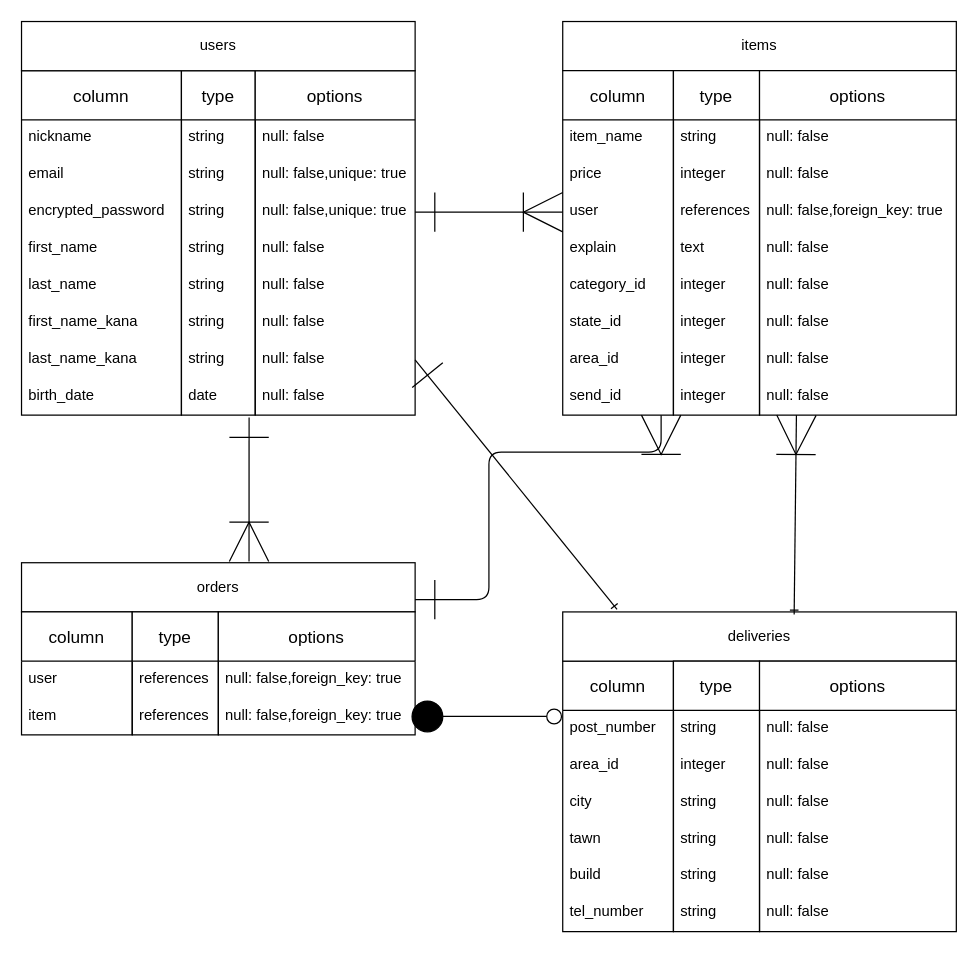
Earlier version of the draw.io diagram furima.dio (Sugi-Hi/furima-39228). Source tidied: cells renumbered, new cells numbered last; positions are measured from the earlier drawing's top-left corner, leaving out a move shared by most shapes. Both pictures are drawn from the tidied source at 123%, with x=0, y=0 at pixel (21, 21).
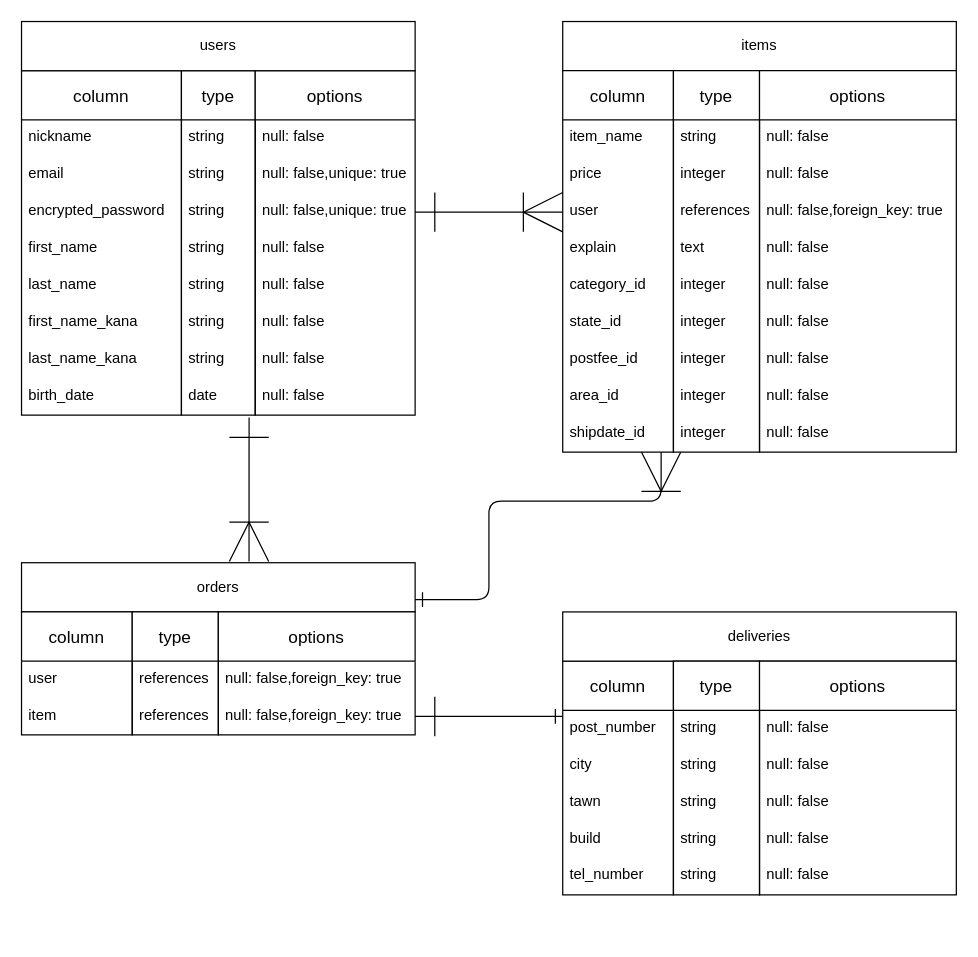
Above is the later version.

Commit message (it also covers changes not shown here):
データベース設計の3度目修正

The change refers to these unchanged cells:
```xml
<mxCell id="27" value="null: false" style="text;strokeColor=none;fillColor=none;spacingLeft=4;spacingRight=4;overflow=hidden;points=[[0,0.5],[1,0.5]];portConstraint=eastwest;fontSize=12;" parent="20" vertex="1">
  <mxGeometry y="220" width="130" height="30" as="geometry" />
</mxCell>
<mxCell id="58" value="orders" style="whiteSpace=wrap;html=1;align=center;" parent="1" vertex="1">
  <mxGeometry y="440" width="320" height="40" as="geometry" />
</mxCell>
<mxCell id="67" value="null: false,foreign_key: true" style="text;strokeColor=none;fillColor=none;spacingLeft=4;spacingRight=4;overflow=hidden;points=[[0,0.5],[1,0.5]];portConstraint=eastwest;fontSize=12;" parent="65" vertex="1">
  <mxGeometry y="70" width="160" height="30" as="geometry" />
</mxCell>
<mxCell id="76" value="deliveries" style="whiteSpace=wrap;html=1;align=center;" parent="1" vertex="1">
  <mxGeometry x="440" y="480" width="320" height="40" as="geometry" />
</mxCell>
```

The edit, as a diff of the source:
```diff
@@
     <mxCell id="31" value="column" style="swimlane;fontStyle=0;horizontal=1;startSize=40;align=center;fontSize=14;" parent="1" vertex="1">
-      <mxGeometry x="440" y="40" width="90" height="280" as="geometry" />
+      <mxGeometry x="440" y="40" width="90" height="310" as="geometry" />
     </mxCell>
@@
+    <mxCell id="95" value="postfee_id" style="text;strokeColor=none;fillColor=none;spacingLeft=4;spacingRight=4;overflow=hidden;fontSize=12;" parent="31" vertex="1">
+      <mxGeometry y="220" width="90" height="30" as="geometry" />
+    </mxCell>
     <mxCell id="38" value="area_id" style="text;strokeColor=none;fillColor=none;spacingLeft=4;spacingRight=4;overflow=hidden;fontSize=12;" parent="31" vertex="1">
-      <mxGeometry y="220" width="90" height="30" as="geometry" />
+      <mxGeometry y="250" width="90" height="30" as="geometry" />
     </mxCell>
-    <mxCell id="39" value="send_id" style="text;strokeColor=none;fillColor=none;spacingLeft=4;spacingRight=4;overflow=hidden;fontSize=12;" parent="31" vertex="1">
-      <mxGeometry y="250" width="90" height="30" as="geometry" />
+    <mxCell id="39" value="shipdate_id" style="text;strokeColor=none;fillColor=none;spacingLeft=4;spacingRight=4;overflow=hidden;fontSize=12;" parent="31" vertex="1">
+      <mxGeometry y="280" width="90" height="30" as="geometry" />
     </mxCell>
     <mxCell id="40" value="type" style="swimlane;fontStyle=0;horizontal=1;startSize=40;align=center;fontSize=14;" parent="1" vertex="1">
-      <mxGeometry x="530" y="40" width="70" height="280" as="geometry" />
+      <mxGeometry x="530" y="40" width="70" height="310" as="geometry" />
     </mxCell>
@@
+    <mxCell id="79" value="integer" style="text;strokeColor=none;fillColor=none;spacingLeft=4;spacingRight=4;overflow=hidden;fontSize=12;" parent="40" vertex="1">
+      <mxGeometry y="220" width="70" height="30" as="geometry" />
+    </mxCell>
     <mxCell id="47" value="integer" style="text;strokeColor=none;fillColor=none;spacingLeft=4;spacingRight=4;overflow=hidden;fontSize=12;" parent="40" vertex="1">
-      <mxGeometry y="220" width="70" height="30" as="geometry" />
+      <mxGeometry y="250" width="70" height="30" as="geometry" />
     </mxCell>
     <mxCell id="48" value="integer" style="text;strokeColor=none;fillColor=none;spacingLeft=4;spacingRight=4;overflow=hidden;fontSize=12;" parent="40" vertex="1">
-      <mxGeometry y="250" width="70" height="30" as="geometry" />
+      <mxGeometry y="280" width="70" height="30" as="geometry" />
     </mxCell>
     <mxCell id="49" value="options" style="swimlane;fontStyle=0;horizontal=1;startSize=40;align=center;fontSize=14;" parent="1" vertex="1">
-      <mxGeometry x="600" y="40" width="160" height="280" as="geometry" />
+      <mxGeometry x="600" y="40" width="160" height="310" as="geometry" />
     </mxCell>
@@
+    <mxCell id="86" value="null: false" style="text;strokeColor=none;fillColor=none;spacingLeft=4;spacingRight=4;overflow=hidden;fontSize=12;" parent="49" vertex="1">
+      <mxGeometry y="220" width="160" height="30" as="geometry" />
+    </mxCell>
     <mxCell id="56" value="null: false" style="text;strokeColor=none;fillColor=none;spacingLeft=4;spacingRight=4;overflow=hidden;fontSize=12;" parent="49" vertex="1">
-      <mxGeometry y="220" width="160" height="30" as="geometry" />
+      <mxGeometry y="250" width="160" height="30" as="geometry" />
     </mxCell>
     <mxCell id="57" value="null: false" style="text;strokeColor=none;fillColor=none;spacingLeft=4;spacingRight=4;overflow=hidden;fontSize=12;" parent="49" vertex="1">
-      <mxGeometry y="250" width="160" height="30" as="geometry" />
+      <mxGeometry y="280" width="160" height="30" as="geometry" />
     </mxCell>
@@
     <mxCell id="69" value="column" style="swimlane;fontStyle=0;horizontal=1;startSize=40;align=center;fontSize=14;" parent="1" vertex="1">
-      <mxGeometry x="440" y="520" width="90" height="220" as="geometry" />
+      <mxGeometry x="440" y="520" width="90" height="190" as="geometry" />
     </mxCell>
@@
-    <mxCell id="71" value="area_id" style="text;strokeColor=none;fillColor=none;spacingLeft=4;spacingRight=4;overflow=hidden;fontSize=12;" parent="69" vertex="1">
-      <mxGeometry y="70" width="90" height="30" as="geometry" />
-    </mxCell>
     <mxCell id="72" value="city" style="text;strokeColor=none;fillColor=none;spacingLeft=4;spacingRight=4;overflow=hidden;fontSize=12;" parent="69" vertex="1">
-      <mxGeometry y="100" width="90" height="30" as="geometry" />
+      <mxGeometry y="70" width="90" height="30" as="geometry" />
     </mxCell>
     <mxCell id="73" value="tawn" style="text;strokeColor=none;fillColor=none;spacingLeft=4;spacingRight=4;overflow=hidden;fontSize=12;" parent="69" vertex="1">
-      <mxGeometry y="130" width="90" height="30" as="geometry" />
+      <mxGeometry y="100" width="90" height="30" as="geometry" />
     </mxCell>
     <mxCell id="74" value="build" style="text;strokeColor=none;fillColor=none;spacingLeft=4;spacingRight=4;overflow=hidden;fontSize=12;" parent="69" vertex="1">
-      <mxGeometry y="160" width="90" height="30" as="geometry" />
+      <mxGeometry y="130" width="90" height="30" as="geometry" />
     </mxCell>
     <mxCell id="75" value="tel_number" style="text;strokeColor=none;fillColor=none;spacingLeft=4;spacingRight=4;overflow=hidden;fontSize=12;" parent="69" vertex="1">
-      <mxGeometry y="190" width="90" height="30" as="geometry" />
+      <mxGeometry y="160" width="90" height="30" as="geometry" />
     </mxCell>
@@
     <mxCell id="77" value="type" style="swimlane;fontStyle=0;horizontal=1;startSize=40;align=center;fontSize=14;" parent="1" vertex="1">
-      <mxGeometry x="530" y="520" width="70" height="220" as="geometry" />
+      <mxGeometry x="530" y="520" width="70" height="190" as="geometry" />
     </mxCell>
@@
-    <mxCell id="79" value="integer" style="text;strokeColor=none;fillColor=none;spacingLeft=4;spacingRight=4;overflow=hidden;fontSize=12;" parent="77" vertex="1">
-      <mxGeometry y="70" width="70" height="30" as="geometry" />
-    </mxCell>
     <mxCell id="80" value="string" style="text;strokeColor=none;fillColor=none;spacingLeft=4;spacingRight=4;overflow=hidden;fontSize=12;" parent="77" vertex="1">
-      <mxGeometry y="100" width="70" height="30" as="geometry" />
+      <mxGeometry y="70" width="70" height="30" as="geometry" />
     </mxCell>
     <mxCell id="81" value="string" style="text;strokeColor=none;fillColor=none;spacingLeft=4;spacingRight=4;overflow=hidden;fontSize=12;" parent="77" vertex="1">
-      <mxGeometry y="130" width="70" height="30" as="geometry" />
+      <mxGeometry y="100" width="70" height="30" as="geometry" />
     </mxCell>
     <mxCell id="82" value="string" style="text;strokeColor=none;fillColor=none;spacingLeft=4;spacingRight=4;overflow=hidden;fontSize=12;" parent="77" vertex="1">
-      <mxGeometry y="160" width="70" height="30" as="geometry" />
+      <mxGeometry y="130" width="70" height="30" as="geometry" />
     </mxCell>
     <mxCell id="83" value="string" style="text;strokeColor=none;fillColor=none;spacingLeft=4;spacingRight=4;overflow=hidden;fontSize=12;" parent="77" vertex="1">
-      <mxGeometry y="190" width="70" height="30" as="geometry" />
+      <mxGeometry y="160" width="70" height="30" as="geometry" />
     </mxCell>
     <mxCell id="84" value="options" style="swimlane;fontStyle=0;horizontal=1;startSize=40;align=center;fontSize=14;" parent="1" vertex="1">
-      <mxGeometry x="600" y="520" width="160" height="220" as="geometry" />
+      <mxGeometry x="600" y="520" width="160" height="190" as="geometry" />
     </mxCell>
@@
-    <mxCell id="86" value="null: false" style="text;strokeColor=none;fillColor=none;spacingLeft=4;spacingRight=4;overflow=hidden;fontSize=12;" parent="84" vertex="1">
-      <mxGeometry y="70" width="160" height="30" as="geometry" />
-    </mxCell>
     <mxCell id="87" value="null: false" style="text;strokeColor=none;fillColor=none;spacingLeft=4;spacingRight=4;overflow=hidden;fontSize=12;" parent="84" vertex="1">
-      <mxGeometry y="100" width="160" height="30" as="geometry" />
+      <mxGeometry y="70" width="160" height="30" as="geometry" />
     </mxCell>
     <mxCell id="88" value="null: false" style="text;strokeColor=none;fillColor=none;spacingLeft=4;spacingRight=4;overflow=hidden;fontSize=12;" parent="84" vertex="1">
-      <mxGeometry y="130" width="160" height="30" as="geometry" />
+      <mxGeometry y="100" width="160" height="30" as="geometry" />
     </mxCell>
     <mxCell id="89" value="null: false" style="text;strokeColor=none;fillColor=none;spacingLeft=4;spacingRight=4;overflow=hidden;fontSize=12;" parent="84" vertex="1">
-      <mxGeometry y="160" width="160" height="30" as="geometry" />
+      <mxGeometry y="130" width="160" height="30" as="geometry" />
     </mxCell>
     <mxCell id="90" value="null: false" style="text;strokeColor=none;fillColor=none;spacingLeft=4;spacingRight=4;overflow=hidden;fontSize=12;" parent="84" vertex="1">
-      <mxGeometry y="190" width="160" height="30" as="geometry" />
+      <mxGeometry y="160" width="160" height="30" as="geometry" />
     </mxCell>
@@
-    <mxCell id="92" style="edgeStyle=none;html=1;startArrow=oval;startFill=1;endArrow=circle;endFill=0;sourcePerimeterSpacing=0;startSize=25;endSize=5;targetPerimeterSpacing=0;" parent="1" edge="1">
+    <mxCell id="92" style="edgeStyle=none;html=1;startArrow=ERone;startFill=0;endArrow=ERone;endFill=0;sourcePerimeterSpacing=0;startSize=30;endSize=10;targetPerimeterSpacing=0;exitX=1;exitY=0.5;exitDx=0;exitDy=0;exitPerimeter=0;" parent="1" edge="1" source="67">
       <mxGeometry relative="1" as="geometry">
-        <mxPoint x="330" y="565" as="sourcePoint" />
         <mxPoint x="440" y="565" as="targetPoint" />
       </mxGeometry>
     </mxCell>
-    <mxCell id="93" style="fontSize=12;html=1;endArrow=ERoneToMany;startArrow=ERone;endSize=30;targetPerimeterSpacing=0;startSize=30;exitX=1;exitY=0.75;exitDx=0;exitDy=0;startFill=0;edgeStyle=orthogonalEdgeStyle;" parent="1" edge="1" source="58">
+    <mxCell id="93" style="fontSize=12;html=1;endArrow=ERoneToMany;startArrow=ERone;endSize=30;targetPerimeterSpacing=0;startSize=10;exitX=1;exitY=0.75;exitDx=0;exitDy=0;startFill=0;edgeStyle=orthogonalEdgeStyle;" parent="1" edge="1" source="58">
       <mxGeometry relative="1" as="geometry">
-        <mxPoint x="520" y="320" as="targetPoint" />
+        <mxPoint x="520" y="350" as="targetPoint" />
         <Array as="points">
           <mxPoint x="380" y="470" />
-          <mxPoint x="380" y="350" />
-          <mxPoint x="520" y="350" />
+          <mxPoint x="380" y="390" />
+          <mxPoint x="520" y="390" />
         </Array>
       </mxGeometry>
     </mxCell>
-    <mxCell id="94" style="fontSize=12;html=1;endArrow=ERoneToMany;startArrow=ERone;endSize=30;targetPerimeterSpacing=0;startSize=5;startFill=0;exitX=0.588;exitY=0.05;exitDx=0;exitDy=0;exitPerimeter=0;endFill=0;" parent="1" edge="1" source="76">
-      <mxGeometry relative="1" as="geometry">
-        <mxPoint x="630" y="320" as="targetPoint" />
-      </mxGeometry>
-    </mxCell>
-    <mxCell id="95" style="fontSize=12;html=1;endArrow=ERone;startArrow=ERone;endSize=30;targetPerimeterSpacing=0;startSize=5;startFill=0;exitX=0.138;exitY=-0.05;exitDx=0;exitDy=0;exitPerimeter=0;endFill=0;entryX=1;entryY=0.5;entryDx=0;entryDy=0;" parent="1" edge="1" source="76" target="27">
-      <mxGeometry relative="1" as="geometry" />
-    </mxCell>
```
